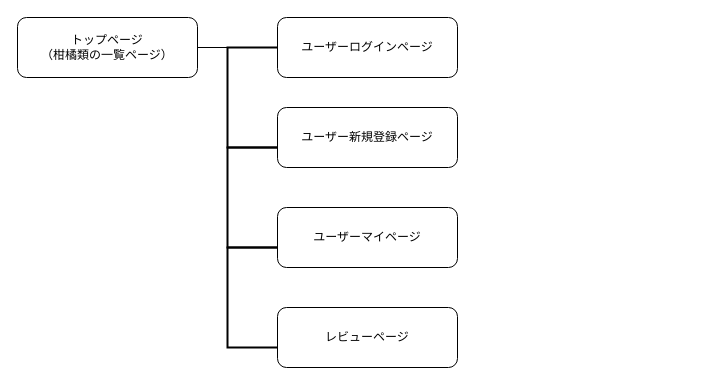
Ryo-0131/Republic_of_Citrus keeps this draw.io diagram as diagram.dio. Above is the earlier version. Source tidied: cells renumbered, new cells numbered last; positions are measured from the earlier drawing's top-left corner, leaving out a move shared by most shapes. Both pictures are drawn from the tidied source at 100%, with x=0, y=0 at pixel (17, 17).
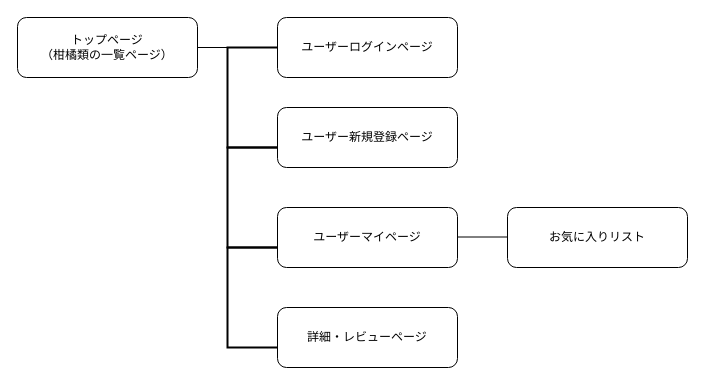
The same page after the edit.

The edit, as a diff of the source:
```diff
@@
 <mxGraphModel>
   <root>
     <mxCell id="0" />
     <mxCell id="1" parent="0" />
     <mxCell id="2" value="&lt;span&gt;トップページ&lt;/span&gt;&lt;br&gt;&lt;span&gt;（柑橘類の一覧ページ）&lt;/span&gt;" style="rounded=1;whiteSpace=wrap;html=1;" parent="1" vertex="1">
       <mxGeometry width="180" height="60" as="geometry" />
     </mxCell>
     <mxCell id="3" value="ユーザーログインページ" style="rounded=1;whiteSpace=wrap;html=1;" parent="1" vertex="1">
       <mxGeometry x="260" width="180" height="60" as="geometry" />
     </mxCell>
     <mxCell id="4" value="ユーザー新規登録ページ" style="rounded=1;whiteSpace=wrap;html=1;" parent="1" vertex="1">
       <mxGeometry x="260" y="90" width="180" height="60" as="geometry" />
     </mxCell>
     <mxCell id="5" value="ユーザーマイページ" style="rounded=1;whiteSpace=wrap;html=1;" parent="1" vertex="1">
       <mxGeometry x="260" y="190" width="180" height="60" as="geometry" />
     </mxCell>
-    <mxCell id="6" value="レビューページ" style="rounded=1;whiteSpace=wrap;html=1;" parent="1" vertex="1">
+    <mxCell id="6" value="詳細・レビューページ" style="rounded=1;whiteSpace=wrap;html=1;" parent="1" vertex="1">
       <mxGeometry x="260" y="290" width="180" height="60" as="geometry" />
     </mxCell>
     <mxCell id="7" style="strokeWidth=2;html=1;shape=mxgraph.flowchart.annotation_1;align=left;" parent="1" vertex="1">
       <mxGeometry x="210" y="230" width="50" height="100" as="geometry" />
     </mxCell>
     <mxCell id="8" style="strokeWidth=2;html=1;shape=mxgraph.flowchart.annotation_1;align=left;" parent="1" vertex="1">
       <mxGeometry x="210" y="130" width="50" height="100" as="geometry" />
     </mxCell>
     <mxCell id="9" style="strokeWidth=2;html=1;shape=mxgraph.flowchart.annotation_1;align=left;" parent="1" vertex="1">
       <mxGeometry x="210" y="30" width="50" height="100" as="geometry" />
     </mxCell>
     <mxCell id="10" style="endArrow=none;html=1;entryX=1;entryY=0;entryDx=0;entryDy=0;entryPerimeter=0;" parent="1" edge="1" target="9">
       <mxGeometry relative="1" as="geometry">
         <mxPoint x="180" y="30" as="sourcePoint" />
       </mxGeometry>
     </mxCell>
+    <mxCell id="11" value="お気に入りリスト" style="rounded=1;whiteSpace=wrap;html=1;" parent="1" vertex="1">
+      <mxGeometry x="490" y="190" width="180" height="60" as="geometry" />
+    </mxCell>
+    <mxCell id="12" style="endArrow=none;html=1;" parent="1" edge="1">
+      <mxGeometry relative="1" as="geometry">
+        <mxPoint x="440" y="219.5" as="sourcePoint" />
+        <mxPoint x="490" y="219.5" as="targetPoint" />
+      </mxGeometry>
+    </mxCell>
   </root>
 </mxGraphModel>
```
